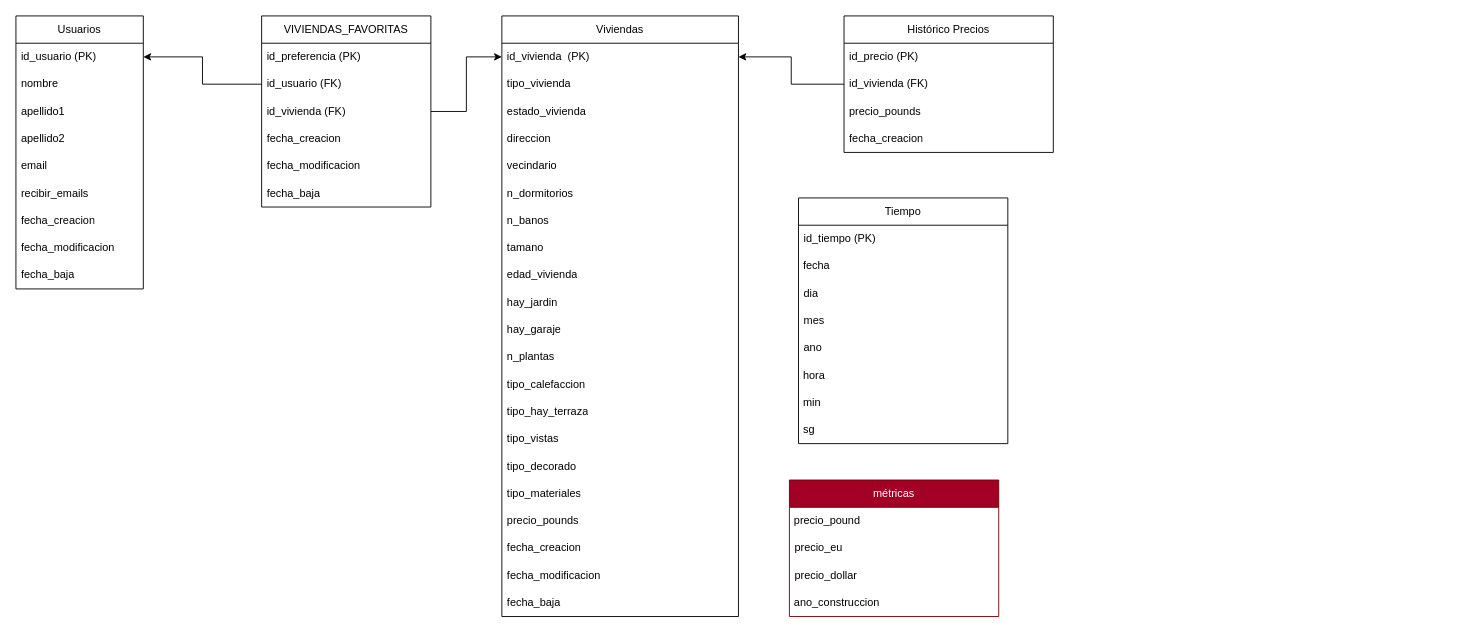
Above: page "Modelo de Datos" (2 of 3) of doc/ActividadCloud.drawio in Jurbina0/Actividad-CLOUD (draw.io), before the change. Source tidied: cells renumbered, new cells numbered last; positions are measured from the earlier drawing's top-left corner, leaving out a move shared by most shapes. Both pictures are drawn from the tidied source at 91%, with x=0, y=0 at pixel (15, 15).
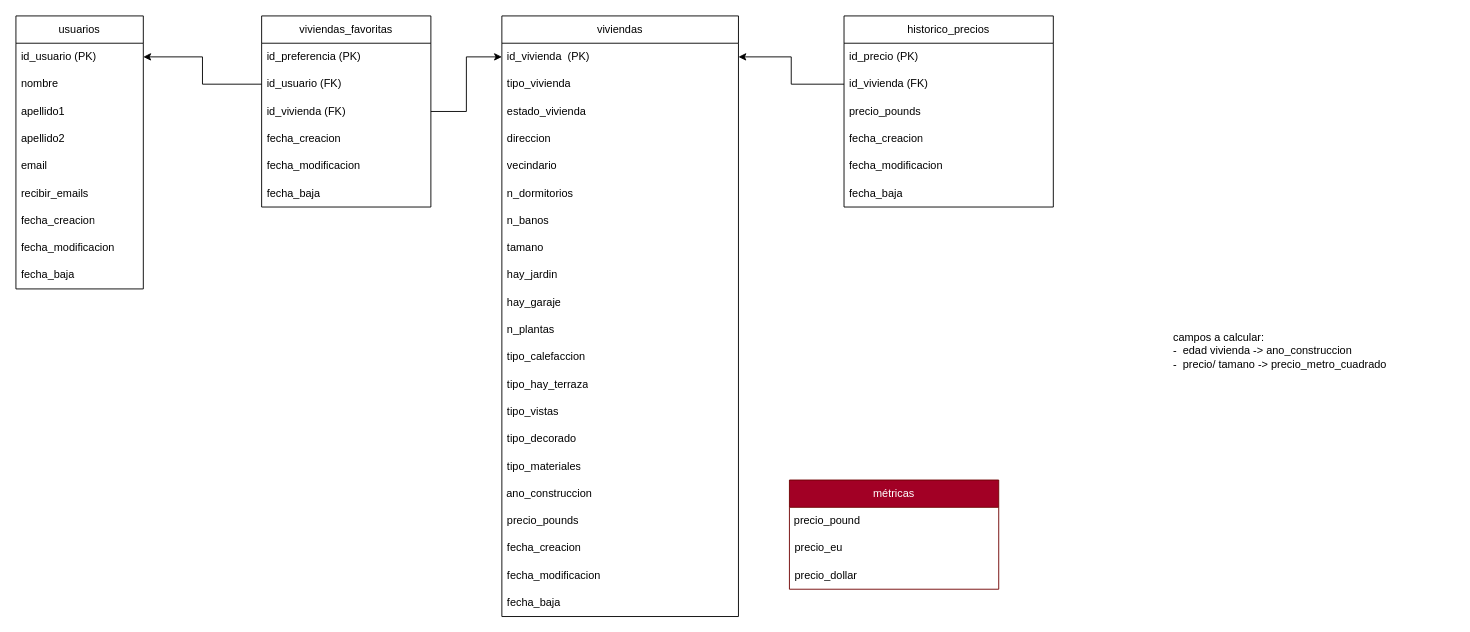
After the change.

Commit message (it also covers changes not shown here):
script sql create_tables completado

Diff of the diagram source:
```diff
@@
-    <mxCell id="2" value="Viviendas" style="swimlane;fontStyle=0;horizontal=1;startSize=30;whiteSpace=wrap;html=1;" parent="1" vertex="1">
+    <mxCell id="2" value="viviendas" style="swimlane;fontStyle=0;horizontal=1;startSize=30;whiteSpace=wrap;html=1;" parent="1" vertex="1">
       <mxGeometry x="534" width="260" height="660" as="geometry" />
     </mxCell>
@@
-    <mxCell id="11" value="edad_vivienda" style="text;strokeColor=none;fillColor=none;align=left;verticalAlign=middle;spacingLeft=4;spacingRight=4;overflow=hidden;whiteSpace=wrap;html=1;" parent="2" vertex="1">
-      <mxGeometry y="270" width="260" height="30" as="geometry" />
-    </mxCell>
     <mxCell id="12" value="hay_jardin" style="text;strokeColor=none;fillColor=none;align=left;verticalAlign=middle;spacingLeft=4;spacingRight=4;overflow=hidden;whiteSpace=wrap;html=1;" parent="2" vertex="1">
-      <mxGeometry y="300" width="260" height="30" as="geometry" />
+      <mxGeometry y="270" width="260" height="30" as="geometry" />
     </mxCell>
     <mxCell id="13" value="hay_garaje" style="text;strokeColor=none;fillColor=none;align=left;verticalAlign=middle;spacingLeft=4;spacingRight=4;overflow=hidden;whiteSpace=wrap;html=1;" parent="2" vertex="1">
-      <mxGeometry y="330" width="260" height="30" as="geometry" />
+      <mxGeometry y="300" width="260" height="30" as="geometry" />
     </mxCell>
     <mxCell id="14" value="n_plantas" style="text;strokeColor=none;fillColor=none;align=left;verticalAlign=middle;spacingLeft=4;spacingRight=4;overflow=hidden;whiteSpace=wrap;html=1;" parent="2" vertex="1">
-      <mxGeometry y="360" width="260" height="30" as="geometry" />
+      <mxGeometry y="330" width="260" height="30" as="geometry" />
     </mxCell>
     <mxCell id="15" value="tipo_calefaccion" style="text;strokeColor=none;fillColor=none;align=left;verticalAlign=middle;spacingLeft=4;spacingRight=4;overflow=hidden;whiteSpace=wrap;html=1;" parent="2" vertex="1">
-      <mxGeometry y="390" width="260" height="30" as="geometry" />
+      <mxGeometry y="360" width="260" height="30" as="geometry" />
     </mxCell>
     <mxCell id="16" value="tipo_hay_terraza" style="text;strokeColor=none;fillColor=none;align=left;verticalAlign=middle;spacingLeft=4;spacingRight=4;overflow=hidden;whiteSpace=wrap;html=1;" parent="2" vertex="1">
-      <mxGeometry y="420" width="260" height="30" as="geometry" />
+      <mxGeometry y="390" width="260" height="30" as="geometry" />
     </mxCell>
     <mxCell id="17" value="tipo_vistas" style="text;strokeColor=none;fillColor=none;align=left;verticalAlign=middle;spacingLeft=4;spacingRight=4;overflow=hidden;whiteSpace=wrap;html=1;" parent="2" vertex="1">
-      <mxGeometry y="450" width="260" height="30" as="geometry" />
+      <mxGeometry y="420" width="260" height="30" as="geometry" />
     </mxCell>
     <mxCell id="18" value="tipo_decorado" style="text;strokeColor=none;fillColor=none;align=left;verticalAlign=middle;spacingLeft=4;spacingRight=4;overflow=hidden;whiteSpace=wrap;html=1;" parent="2" vertex="1">
-      <mxGeometry y="480" width="260" height="30" as="geometry" />
+      <mxGeometry y="450" width="260" height="30" as="geometry" />
     </mxCell>
     <mxCell id="19" value="tipo_materiales" style="text;strokeColor=none;fillColor=none;align=left;verticalAlign=middle;spacingLeft=4;spacingRight=4;overflow=hidden;whiteSpace=wrap;html=1;" parent="2" vertex="1">
-      <mxGeometry y="510" width="260" height="30" as="geometry" />
+      <mxGeometry y="480" width="260" height="30" as="geometry" />
     </mxCell>
+    <mxCell id="62" value="&amp;nbsp;ano_construccion" style="text;strokeColor=none;align=left;fillColor=none;html=1;verticalAlign=middle;whiteSpace=wrap;rounded=0;" parent="2" vertex="1">
+      <mxGeometry y="510" width="260" height="30" as="geometry" />
+    </mxCell>
@@
-    <mxCell id="24" value="Histórico Precios" style="swimlane;fontStyle=0;horizontal=1;startSize=30;whiteSpace=wrap;html=1;" parent="1" vertex="1">
-      <mxGeometry x="910" width="230" height="150" as="geometry" />
+    <mxCell id="24" value="historico_precios" style="swimlane;fontStyle=0;horizontal=1;startSize=30;whiteSpace=wrap;html=1;" parent="1" vertex="1">
+      <mxGeometry x="910" width="230" height="210" as="geometry" />
     </mxCell>
@@
+    <mxCell id="63" value="fecha_modificacion" style="text;strokeColor=none;fillColor=none;align=left;verticalAlign=middle;spacingLeft=4;spacingRight=4;overflow=hidden;whiteSpace=wrap;html=1;" parent="24" vertex="1">
+      <mxGeometry y="150" width="230" height="30" as="geometry" />
+    </mxCell>
+    <mxCell id="64" value="fecha_baja" style="text;strokeColor=none;fillColor=none;align=left;verticalAlign=middle;spacingLeft=4;spacingRight=4;overflow=hidden;whiteSpace=wrap;html=1;" parent="24" vertex="1">
+      <mxGeometry y="180" width="230" height="30" as="geometry" />
+    </mxCell>
@@
-    <mxCell id="30" value="Usuarios" style="swimlane;fontStyle=0;horizontal=1;startSize=30;whiteSpace=wrap;html=1;" parent="1" vertex="1">
+    <mxCell id="30" value="usuarios" style="swimlane;fontStyle=0;horizontal=1;startSize=30;whiteSpace=wrap;html=1;" parent="1" vertex="1">
       <mxGeometry width="140" height="300" as="geometry" />
     </mxCell>
@@
-    <mxCell id="40" value="VIVIENDAS_FAVORITAS" style="swimlane;fontStyle=0;horizontal=1;startSize=30;whiteSpace=wrap;html=1;" parent="1" vertex="1">
+    <mxCell id="40" value="viviendas_favoritas" style="swimlane;fontStyle=0;horizontal=1;startSize=30;whiteSpace=wrap;html=1;" parent="1" vertex="1">
       <mxGeometry x="270" width="186" height="210" as="geometry" />
     </mxCell>
@@
-    <mxCell id="49" value="Tiempo" style="swimlane;fontStyle=0;horizontal=1;startSize=30;whiteSpace=wrap;html=1;" parent="1" vertex="1">
-      <mxGeometry x="860" y="200" width="230" height="270" as="geometry" />
-    </mxCell>
-    <mxCell id="50" value="id_tiempo (PK)" style="text;strokeColor=none;fillColor=none;align=left;verticalAlign=middle;spacingLeft=4;spacingRight=4;overflow=hidden;whiteSpace=wrap;html=1;" parent="49" vertex="1">
-      <mxGeometry y="30" width="230" height="30" as="geometry" />
-    </mxCell>
-    <mxCell id="51" value="&amp;nbsp;fecha" style="text;strokeColor=none;align=left;fillColor=none;html=1;verticalAlign=middle;whiteSpace=wrap;rounded=0;" parent="49" vertex="1">
-      <mxGeometry y="60" width="230" height="30" as="geometry" />
-    </mxCell>
-    <mxCell id="52" value="dia" style="text;strokeColor=none;fillColor=none;align=left;verticalAlign=middle;spacingLeft=4;spacingRight=4;overflow=hidden;whiteSpace=wrap;html=1;" parent="49" vertex="1">
-      <mxGeometry y="90" width="230" height="30" as="geometry" />
-    </mxCell>
-    <mxCell id="53" value="mes" style="text;strokeColor=none;fillColor=none;align=left;verticalAlign=middle;spacingLeft=4;spacingRight=4;overflow=hidden;whiteSpace=wrap;html=1;" parent="49" vertex="1">
-      <mxGeometry y="120" width="230" height="30" as="geometry" />
-    </mxCell>
-    <mxCell id="54" value="ano" style="text;strokeColor=none;fillColor=none;align=left;verticalAlign=middle;spacingLeft=4;spacingRight=4;overflow=hidden;whiteSpace=wrap;html=1;" parent="49" vertex="1">
-      <mxGeometry y="150" width="230" height="30" as="geometry" />
-    </mxCell>
-    <mxCell id="55" value="&amp;nbsp;hora" style="text;strokeColor=none;align=left;fillColor=none;html=1;verticalAlign=middle;whiteSpace=wrap;rounded=0;" parent="49" vertex="1">
-      <mxGeometry y="180" width="230" height="30" as="geometry" />
-    </mxCell>
-    <mxCell id="56" value="&amp;nbsp;min" style="text;strokeColor=none;align=left;fillColor=none;html=1;verticalAlign=middle;whiteSpace=wrap;rounded=0;labelPosition=center;verticalLabelPosition=middle;" parent="49" vertex="1">
-      <mxGeometry y="210" width="230" height="30" as="geometry" />
-    </mxCell>
-    <mxCell id="57" value="&amp;nbsp;sg" style="text;strokeColor=none;align=left;fillColor=none;html=1;verticalAlign=middle;whiteSpace=wrap;rounded=0;labelPosition=center;verticalLabelPosition=middle;" parent="49" vertex="1">
-      <mxGeometry y="240" width="230" height="30" as="geometry" />
-    </mxCell>
     <mxCell id="58" value="métricas" style="swimlane;fontStyle=0;horizontal=1;startSize=30;whiteSpace=wrap;html=1;fillColor=#a20025;fontColor=#ffffff;strokeColor=#6F0000;" parent="1" vertex="1">
-      <mxGeometry x="850" y="510" width="230" height="150" as="geometry" />
+      <mxGeometry x="850" y="510" width="230" height="120" as="geometry" />
     </mxCell>
@@
-    <mxCell id="62" value="&amp;nbsp;ano_construccion" style="text;strokeColor=none;align=left;fillColor=none;html=1;verticalAlign=middle;whiteSpace=wrap;rounded=0;" parent="58" vertex="1">
-      <mxGeometry y="120" width="230" height="30" as="geometry" />
-    </mxCell>
+    <mxCell id="65" value="campos a calcular:&amp;nbsp;&lt;div&gt;-&amp;nbsp; edad vivienda -&amp;gt; ano_construccion&lt;/div&gt;&lt;div&gt;-&amp;nbsp; precio/ tamano -&amp;gt; precio_metro_cuadrado&lt;/div&gt;&lt;div&gt;&lt;br&gt;&lt;/div&gt;" style="text;html=1;align=left;verticalAlign=middle;whiteSpace=wrap;rounded=0;" parent="1" vertex="1">
+      <mxGeometry x="1270" y="260" width="310" height="230" as="geometry" />
+    </mxCell>
```
